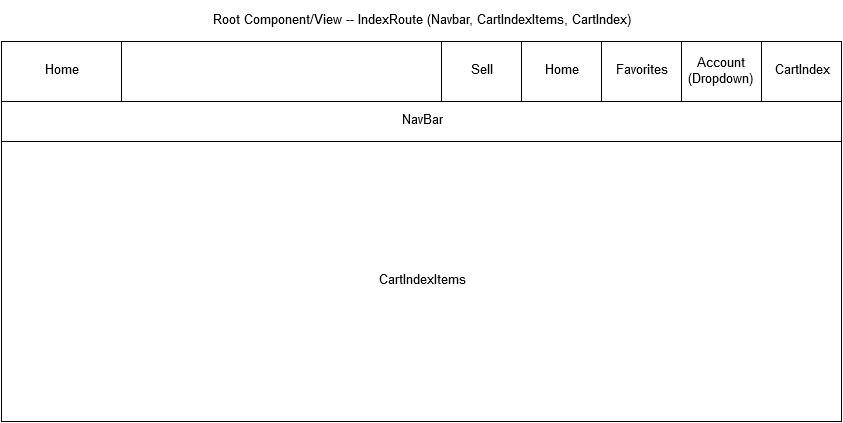
This is docs/wireframes/cart.png from jonathol/etsy, a draw.io export, as it was before one commit. Source tidied: cells renumbered, new cells last; positions are measured from the earlier drawing's top-left corner, leaving out a move shared by most shapes.
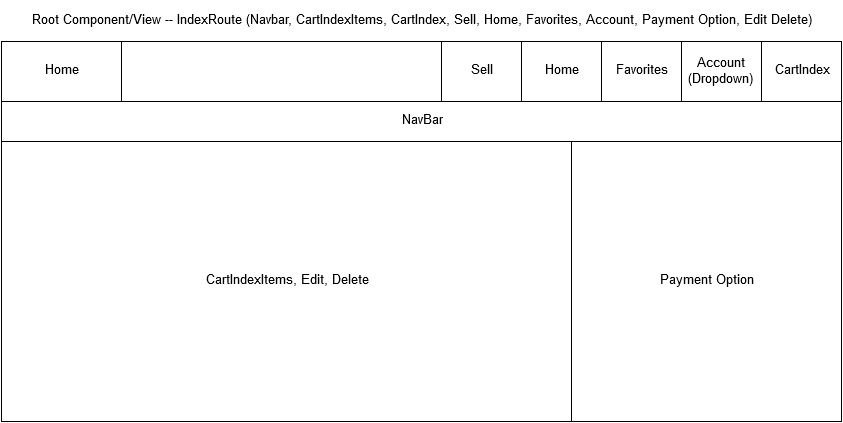
Later version of the same file.

Change to the diagram source:
```diff
@@ -2,7 +2,7 @@
   <root>
     <mxCell id="0" />
     <mxCell id="1" parent="0" />
-    <mxCell id="2" value="Root Component/View -- IndexRoute (Navbar, CartIndexItems, CartIndex)&lt;br&gt;" style="text;strokeColor=none;fillColor=none;align=center;verticalAlign=middle;overflow=hidden;rounded=0;fontSize=13;fontColor=#000000;textDirection=ltr;whiteSpace=wrap;html=1;" parent="1" vertex="1">
+    <mxCell id="2" value="Root Component/View -- IndexRoute (Navbar, CartIndexItems, CartIndex, Sell, Home, Favorites, Account, Payment Option, Edit Delete)&lt;br&gt;" style="text;strokeColor=none;fillColor=none;align=center;verticalAlign=middle;overflow=hidden;rounded=0;fontSize=13;fontColor=#000000;textDirection=ltr;whiteSpace=wrap;html=1;" parent="1" vertex="1">
       <mxGeometry width="840" height="40" as="geometry" />
     </mxCell>
     <mxCell id="3" style="whiteSpace=wrap;html=1;rounded=0;strokeColor=#000000;strokeWidth=1;fillColor=#ffffff;fontSize=13;fontColor=#000000;" parent="1" vertex="1">
@@ -53,8 +53,17 @@
     <mxCell id="18" value="NavBar&lt;br&gt;" style="text;html=1;strokeColor=none;fillColor=none;align=center;verticalAlign=middle;whiteSpace=wrap;overflow=hidden;rounded=0;fontSize=13;fontColor=#000000;" parent="1" vertex="1">
       <mxGeometry y="100" width="840" height="40" as="geometry" />
     </mxCell>
+    <mxCell id="20" style="whiteSpace=wrap;html=1;rounded=0;strokeColor=#000000;strokeWidth=1;fillColor=#FFFFFF;gradientColor=none;fontSize=13;fontColor=#000000;" parent="1" vertex="1">
+      <mxGeometry y="140" width="570" height="280" as="geometry" />
+    </mxCell>
-    <mxCell id="19" value="CartIndexItems" style="text;html=1;strokeColor=none;fillColor=none;align=center;verticalAlign=middle;whiteSpace=wrap;overflow=hidden;rounded=0;fontSize=13;fontColor=#000000;" parent="1" vertex="1">
-      <mxGeometry y="140" width="840" height="280" as="geometry" />
+    <mxCell id="19" value="CartIndexItems, Edit, Delete&lt;br&gt;" style="text;html=1;strokeColor=none;fillColor=none;align=center;verticalAlign=middle;whiteSpace=wrap;overflow=hidden;rounded=0;fontSize=13;fontColor=#000000;" parent="1" vertex="1">
+      <mxGeometry y="140" width="570" height="280" as="geometry" />
     </mxCell>
+    <mxCell id="21" style="whiteSpace=wrap;html=1;rounded=0;strokeColor=#000000;strokeWidth=1;fillColor=#FFFFFF;gradientColor=none;fontSize=13;fontColor=#000000;" parent="1" vertex="1">
+      <mxGeometry x="570" y="140" width="270" height="280" as="geometry" />
+    </mxCell>
+    <mxCell id="22" value="Payment Option&lt;br&gt;" style="text;html=1;strokeColor=none;fillColor=none;align=center;verticalAlign=middle;whiteSpace=wrap;overflow=hidden;rounded=0;fontSize=13;fontColor=#000000;" parent="1" vertex="1">
+      <mxGeometry x="570" y="140" width="270" height="280" as="geometry" />
+    </mxCell>
   </root>
 </mxGraphModel>
```
